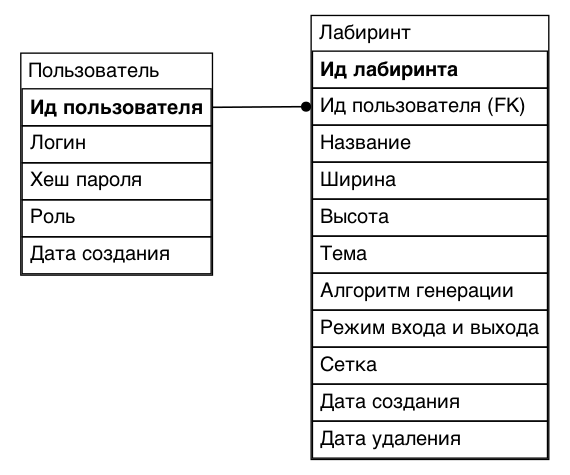
This is diagrams/data/logical-data-model.png from ozcnii/software-engineering, a PlantUML export, as it was before one commit. Its source is kept beside it as diagrams/data/logical-data-model.puml. Source of this version:
```plantuml
@startdot
digraph G {
  graph [
    bgcolor="white",
    rankdir=LR,
    splines=line,
    nodesep=0.5,
    ranksep=0.8,
    margin=0.05
  ];

  node [
    shape=plaintext,
    fontname="Helvetica",
    fontsize=15
  ];

  edge [
    color="black",
    arrowhead=none,
    penwidth=1.2
  ];

  User [
    label=<
      <TABLE BORDER="1" CELLBORDER="1" CELLSPACING="0" CELLPADDING="5">
        <TR><TD BORDER="0" ALIGN="LEFT">Пользователь</TD></TR>
        <TR><TD PORT="id" ALIGN="LEFT"><B>Ид пользователя</B></TD></TR>
        <TR><TD ALIGN="LEFT">Логин</TD></TR>
        <TR><TD ALIGN="LEFT">Хеш пароля</TD></TR>
        <TR><TD ALIGN="LEFT">Роль</TD></TR>
        <TR><TD ALIGN="LEFT">Дата создания</TD></TR>
      </TABLE>
    >
  ];

  Labyrinth [
    label=<
      <TABLE BORDER="1" CELLBORDER="1" CELLSPACING="0" CELLPADDING="5">
        <TR><TD BORDER="0" ALIGN="LEFT">Лабиринт</TD></TR>
        <TR><TD ALIGN="LEFT"><B>Ид лабиринта</B></TD></TR>
        <TR><TD PORT="user_id" ALIGN="LEFT">Ид пользователя (FK)</TD></TR>
        <TR><TD ALIGN="LEFT">Название</TD></TR>
        <TR><TD ALIGN="LEFT">Ширина</TD></TR>
        <TR><TD ALIGN="LEFT">Высота</TD></TR>
        <TR><TD ALIGN="LEFT">Тема</TD></TR>
        <TR><TD ALIGN="LEFT">Алгоритм генерации</TD></TR>
        <TR><TD ALIGN="LEFT">Режим входа и выхода</TD></TR>
        <TR><TD ALIGN="LEFT">Сетка</TD></TR>
        <TR><TD ALIGN="LEFT">Дата создания</TD></TR>
        <TR><TD ALIGN="LEFT">Дата удаления</TD></TR>
      </TABLE>
    >
  ];

  User:id:e -> Labyrinth:user_id:w [
    arrowhead=dot,
    arrowsize=0.8
  ];
}
@enddot
```
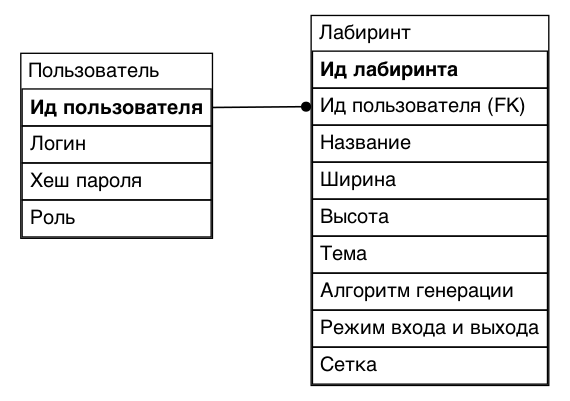
After the change.

Commit message:
docs: align report sections with reference, update data models and presentation

What changed in the source:
```diff
@@ -29,7 +29,6 @@
         <TR><TD ALIGN="LEFT">Логин</TD></TR>
         <TR><TD ALIGN="LEFT">Хеш пароля</TD></TR>
         <TR><TD ALIGN="LEFT">Роль</TD></TR>
-        <TR><TD ALIGN="LEFT">Дата создания</TD></TR>
       </TABLE>
     >
   ];
@@ -47,8 +46,6 @@
         <TR><TD ALIGN="LEFT">Алгоритм генерации</TD></TR>
         <TR><TD ALIGN="LEFT">Режим входа и выхода</TD></TR>
         <TR><TD ALIGN="LEFT">Сетка</TD></TR>
-        <TR><TD ALIGN="LEFT">Дата создания</TD></TR>
-        <TR><TD ALIGN="LEFT">Дата удаления</TD></TR>
       </TABLE>
     >
   ];
```
